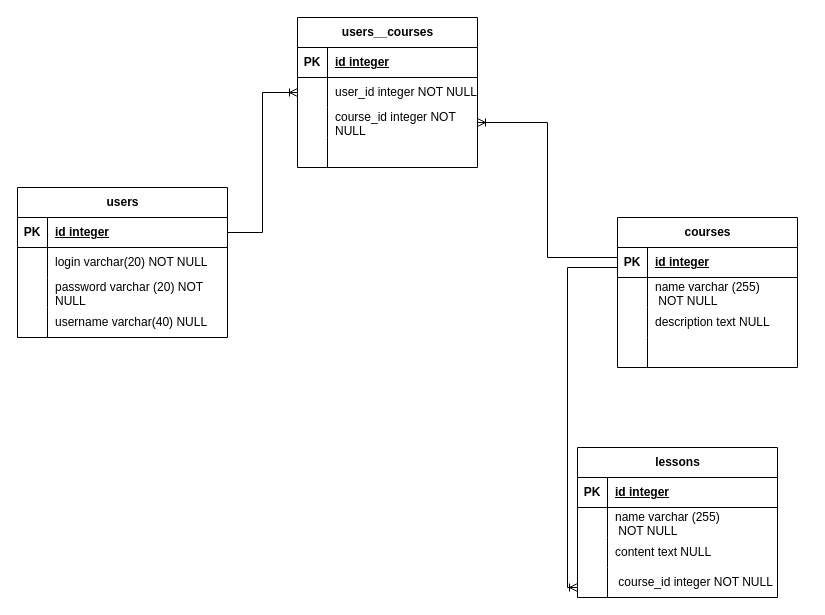
MR-1-19/MR-1-19.github.io keeps this draw.io diagram as Backend_Test.drawio. Above is the earlier version. Source tidied: cells renumbered, new cells numbered last; positions are measured from the earlier drawing's top-left corner, leaving out a move shared by most shapes. Both pictures are drawn from the tidied source at 100%, with x=0, y=0 at pixel (17, 17).
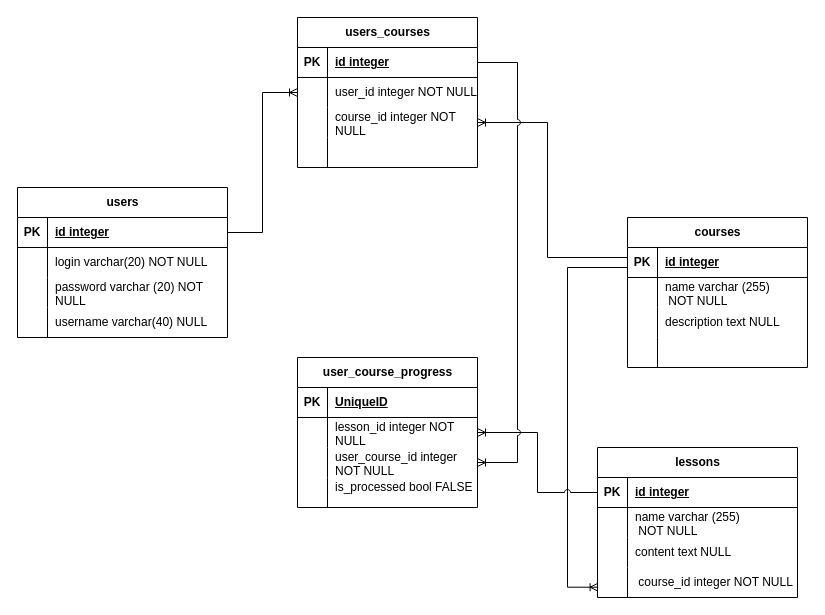
The same page after the edit.

Unchanged cells that the change refers to:
```xml
<mxCell id="16" style="shape=tableRow;horizontal=0;startSize=0;swimlaneHead=0;swimlaneBody=0;fillColor=none;points=[[0,0.5],[1,0.5]];portConstraint=eastwest;top=0;left=0;right=0;bottom=1;" parent="15" vertex="1">
  <mxGeometry y="30" width="180" height="30" as="geometry" />
</mxCell>
<mxCell id="29" style="shape=tableRow;horizontal=0;startSize=0;swimlaneHead=0;swimlaneBody=0;fillColor=none;points=[[0,0.5],[1,0.5]];portConstraint=eastwest;top=0;left=0;right=0;bottom=1;" parent="28" vertex="1">
  <mxGeometry y="30" width="200" height="30" as="geometry" />
</mxCell>
<mxCell id="38" style="shape=tableRow;horizontal=0;startSize=0;swimlaneHead=0;swimlaneBody=0;fillColor=none;points=[[0,0.5],[1,0.5]];portConstraint=eastwest;top=0;left=0;right=0;bottom=0;" parent="28" vertex="1">
  <mxGeometry y="120" width="200" height="30" as="geometry" />
</mxCell>
<mxCell id="43" style="shape=tableRow;horizontal=0;startSize=0;swimlaneHead=0;swimlaneBody=0;fillColor=none;points=[[0,0.5],[1,0.5]];portConstraint=eastwest;top=0;left=0;right=0;bottom=1;" parent="42" vertex="1">
  <mxGeometry y="30" width="180" height="30" as="geometry" />
</mxCell>
```

What changed in the source:
```diff
@@
     <mxCell id="15" value="courses" style="shape=table;startSize=30;childLayout=tableLayout;rowLines=0;fontStyle=1;align=center;html=1;" parent="1" vertex="1">
-      <mxGeometry x="600" y="200" width="180" height="150" as="geometry" />
+      <mxGeometry x="610" y="200" width="180" height="150" as="geometry" />
     </mxCell>
@@
     <mxCell id="28" value="lessons" style="shape=table;startSize=30;childLayout=tableLayout;rowLines=0;fontStyle=1;align=center;html=1;" parent="1" vertex="1">
-      <mxGeometry x="560" y="430" width="200" height="150" as="geometry" />
+      <mxGeometry x="580" y="430" width="200" height="150" as="geometry" />
     </mxCell>
@@
-    <mxCell id="41" style="edgeStyle=orthogonalEdgeStyle;fontSize=12;html=1;endArrow=ERoneToMany;rounded=0;entryX=0;entryY=0.5;entryDx=0;entryDy=0;snapToPoint=0;jumpStyle=arc;" parent="1" edge="1">
+    <mxCell id="41" style="edgeStyle=orthogonalEdgeStyle;fontSize=12;html=1;endArrow=ERoneToMany;rounded=0;entryX=0.003;entryY=0.657;entryDx=0;entryDy=0;snapToPoint=0;jumpStyle=arc;entryPerimeter=0;" parent="1" edge="1" source="16" target="38">
       <mxGeometry relative="1" as="geometry">
-        <mxPoint x="600" y="250" as="sourcePoint" />
-        <mxPoint x="560" y="570" as="targetPoint" />
         <Array as="points">
           <mxPoint x="550" y="250" />
           <mxPoint x="550" y="570" />
         </Array>
       </mxGeometry>
     </mxCell>
-    <mxCell id="42" value="users__courses" style="shape=table;startSize=30;childLayout=tableLayout;rowLines=0;fontStyle=1;align=center;html=1;" parent="1" vertex="1">
+    <mxCell id="42" value="users_courses" style="shape=table;startSize=30;childLayout=tableLayout;rowLines=0;fontStyle=1;align=center;html=1;" parent="1" vertex="1">
       <mxGeometry x="280" width="180" height="150" as="geometry" />
     </mxCell>
@@
+    <mxCell id="57" value="user_course_progress" style="shape=table;startSize=30;childLayout=tableLayout;rowLines=0;fontStyle=1;align=center;html=1;" parent="1" vertex="1">
+      <mxGeometry x="280" y="340" width="180" height="150" as="geometry" />
+    </mxCell>
+    <mxCell id="58" style="shape=tableRow;horizontal=0;startSize=0;swimlaneHead=0;swimlaneBody=0;fillColor=none;top=0;left=0;right=0;bottom=1;" parent="57" vertex="1">
+      <mxGeometry y="30" width="180" height="30" as="geometry" />
+    </mxCell>
+    <mxCell id="59" value="PK" style="shape=partialRectangle;fillColor=none;top=0;left=0;bottom=0;right=0;fontStyle=1;overflow=hidden;whiteSpace=wrap;html=1;" parent="58" vertex="1">
+      <mxGeometry width="30" height="30" as="geometry" />
+    </mxCell>
+    <mxCell id="60" value="UniqueID" style="shape=partialRectangle;fillColor=none;top=0;left=0;bottom=0;right=0;align=left;spacingLeft=6;fontStyle=5;overflow=hidden;whiteSpace=wrap;html=1;" parent="58" vertex="1">
+      <mxGeometry x="30" width="150" height="30" as="geometry" />
+    </mxCell>
+    <mxCell id="61" style="shape=tableRow;horizontal=0;startSize=0;swimlaneHead=0;swimlaneBody=0;fillColor=none;points=[[0,0.5],[1,0.5]];portConstraint=eastwest;top=0;left=0;right=0;bottom=0;" parent="57" vertex="1">
+      <mxGeometry y="60" width="180" height="30" as="geometry" />
+    </mxCell>
+    <mxCell id="62" style="shape=partialRectangle;fillColor=none;top=0;left=0;bottom=0;right=0;overflow=hidden;whiteSpace=wrap;html=1;" parent="61" vertex="1">
+      <mxGeometry width="30" height="30" as="geometry" />
+    </mxCell>
+    <mxCell id="63" value="lesson_id integer NOT NULL " style="shape=partialRectangle;fillColor=none;top=0;left=0;bottom=0;right=0;align=left;spacingLeft=6;overflow=hidden;whiteSpace=wrap;html=1;" parent="61" vertex="1">
+      <mxGeometry x="30" width="150" height="30" as="geometry" />
+    </mxCell>
+    <mxCell id="64" style="shape=tableRow;horizontal=0;startSize=0;swimlaneHead=0;swimlaneBody=0;fillColor=none;points=[[0,0.5],[1,0.5]];portConstraint=eastwest;top=0;left=0;right=0;bottom=0;" parent="57" vertex="1">
+      <mxGeometry y="90" width="180" height="30" as="geometry" />
+    </mxCell>
+    <mxCell id="65" style="shape=partialRectangle;fillColor=none;top=0;left=0;bottom=0;right=0;overflow=hidden;whiteSpace=wrap;html=1;" parent="64" vertex="1">
+      <mxGeometry width="30" height="30" as="geometry" />
+    </mxCell>
+    <mxCell id="66" value="user_course_id  integer NOT NULL" style="shape=partialRectangle;fillColor=none;top=0;left=0;bottom=0;right=0;align=left;spacingLeft=6;overflow=hidden;whiteSpace=wrap;html=1;" parent="64" vertex="1">
+      <mxGeometry x="30" width="150" height="30" as="geometry" />
+    </mxCell>
+    <mxCell id="67" style="shape=tableRow;horizontal=0;startSize=0;swimlaneHead=0;swimlaneBody=0;fillColor=none;top=0;left=0;right=0;bottom=0;" parent="57" vertex="1">
+      <mxGeometry y="120" width="180" height="30" as="geometry" />
+    </mxCell>
+    <mxCell id="68" style="shape=partialRectangle;fillColor=none;top=0;left=0;bottom=0;right=0;overflow=hidden;whiteSpace=wrap;html=1;" parent="67" vertex="1">
+      <mxGeometry width="30" height="30" as="geometry" />
+    </mxCell>
+    <mxCell id="69" value="&lt;div&gt;is_processed bool FALSE&lt;/div&gt;&lt;div&gt;&lt;br&gt;&lt;/div&gt;" style="shape=partialRectangle;fillColor=none;top=0;left=0;bottom=0;right=0;align=left;spacingLeft=6;overflow=hidden;whiteSpace=wrap;html=1;" parent="67" vertex="1">
+      <mxGeometry x="30" width="150" height="30" as="geometry" />
+    </mxCell>
+    <mxCell id="70" style="edgeStyle=orthogonalEdgeStyle;fontSize=12;html=1;endArrow=ERoneToMany;rounded=0;jumpStyle=arc;" parent="1" edge="1" source="29" target="61">
+      <mxGeometry relative="1" as="geometry" />
+    </mxCell>
+    <mxCell id="71" style="edgeStyle=orthogonalEdgeStyle;fontSize=12;html=1;endArrow=ERoneToMany;rounded=0;jumpStyle=arc;" parent="1" edge="1" source="43" target="64">
+      <mxGeometry relative="1" as="geometry">
+        <Array as="points">
+          <mxPoint x="500" y="45" />
+          <mxPoint x="500" y="445" />
+        </Array>
+      </mxGeometry>
+    </mxCell>
```
